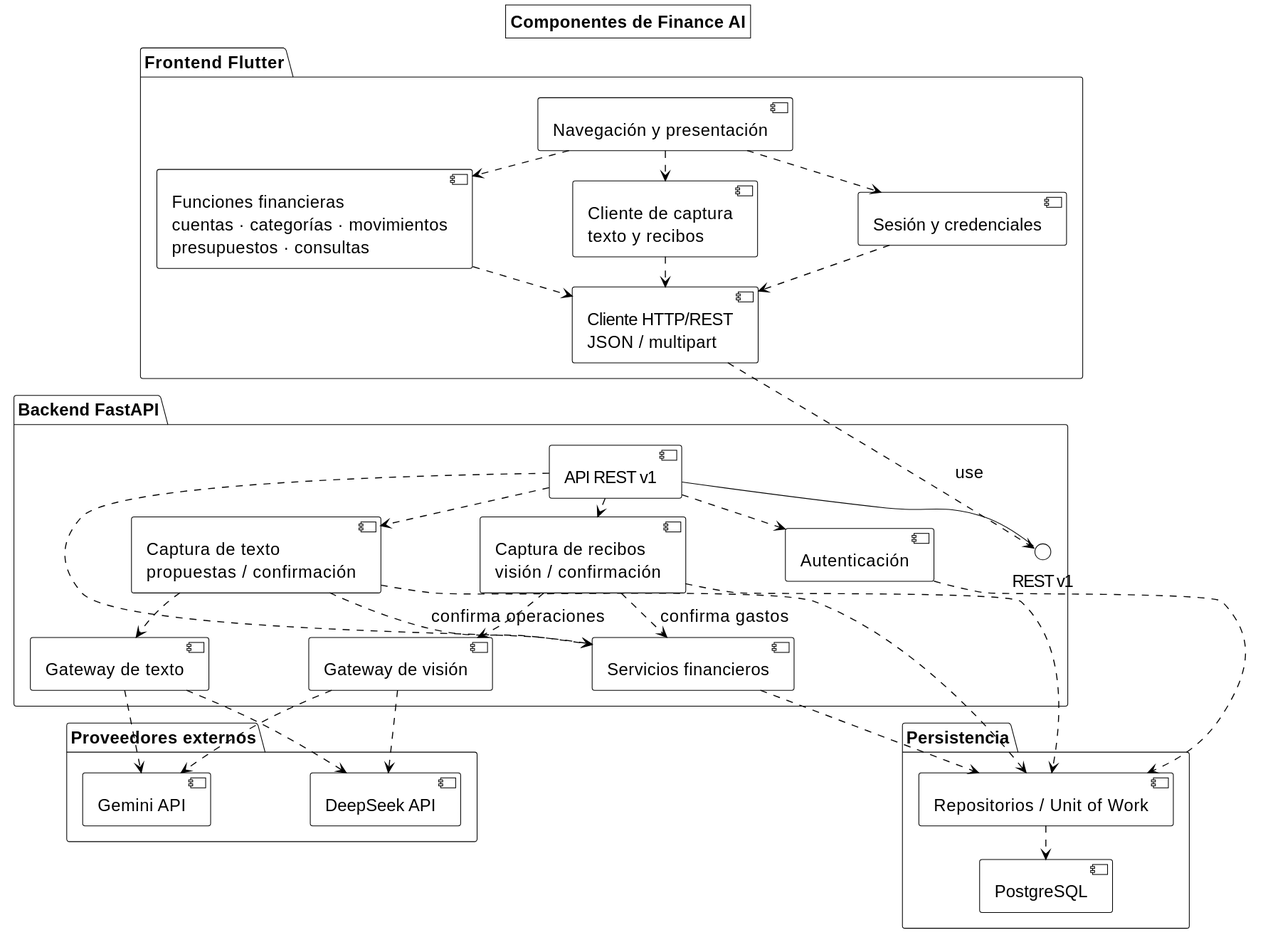
NullCorvus/finance-ai keeps this PlantUML diagram as docs/diagrams/architecture/system-components/uml/architecture-components.svg. Above is the earlier version.
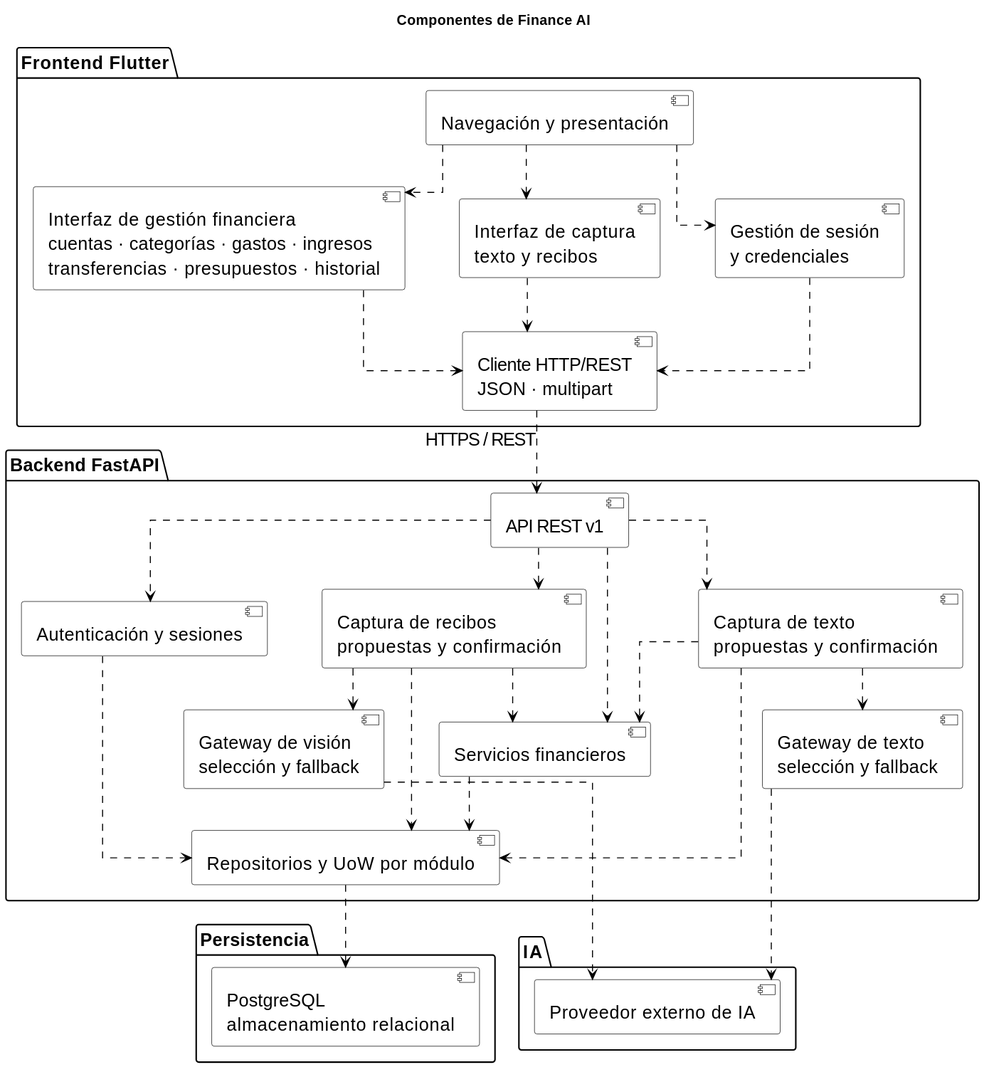
Later version of the same file.

Commit message:
docs(diagrams): publish architecture and receipt sequence

The edit, as a diff of the source:
```diff
@@ -1,82 +1,87 @@
 @startuml
-<style>
-root {
-  FontName Helvetica
-  FontSize 17
-  FontColor #000000
-  BackGroundColor #FFFFFF
-  LineColor #000000
-  LineThickness 0.75
-  Shadowing 0
-}
-componentDiagram {
-  component { BackGroundColor #FFFFFF; LineColor #000000; FontColor #000000 }
-  package { BackGroundColor #FFFFFF; LineColor #000000; FontColor #000000 }
-  arrow { LineColor #000000; LineThickness 0.75 }
-}
-</style>
 skinparam componentStyle uml2
+skinparam componentBackgroundColor White
+skinparam componentBorderColor Black
+skinparam componentFontColor Black
+skinparam packageBackgroundColor White
+skinparam packageBorderColor Black
+skinparam packageFontColor Black
+skinparam defaultFontName Helvetica
+skinparam defaultFontSize 18
+skinparam ArrowColor Black
+skinparam componentBackgroundColor White
+skinparam componentBorderColor Black
+skinparam componentFontColor Black
+skinparam packageBackgroundColor White
+skinparam packageBorderColor Black
+skinparam packageFontColor Black
+skinparam backgroundColor White
 skinparam monochrome true
 skinparam shadowing false
+skinparam linetype ortho
+skinparam nodesep 55
+skinparam ranksep 42
+
 title Componentes de Finance AI
 top to bottom direction
-skinparam nodesep 100
-skinparam ranksep 18
 
 package "Frontend Flutter" {
   component "Navegación y presentación" as Navigation
-  component "Funciones financieras\ncuentas · categorías · movimientos\npresupuestos · consultas" as FinanceUI
-  component "Cliente de captura\ntexto y recibos" as CaptureUI
-  component "Sesión y credenciales" as ClientSession
-  component "Cliente HTTP/REST\nJSON / multipart" as RestClient
+  component "Interfaz de gestión financiera\ncuentas · categorías · gastos · ingresos\ntransferencias · presupuestos · historial" as FinanceUI
+  component "Interfaz de captura\ntexto y recibos" as CaptureUI
+  component "Gestión de sesión\ny credenciales" as ClientSession
+  component "Cliente HTTP/REST\nJSON · multipart" as RestClient
 }
 
 package "Backend FastAPI" {
   component "API REST v1" as BackendAPI
-  interface "REST v1" as FinanceAPI
-  component "Autenticación" as Auth
+  component "Autenticación y sesiones" as Auth
   component "Servicios financieros" as FinancialServices
-  component "Captura de texto\npropuestas / confirmación" as TextCapture
-  component "Captura de recibos\nvisión / confirmación" as ReceiptCapture
-  component "Gateway de texto" as TextGateway
-  component "Gateway de visión" as VisionGateway
+  component "Captura de texto\npropuestas y confirmación" as TextCapture
+  component "Captura de recibos\npropuestas y confirmación" as ReceiptCapture
+  component "Gateway de texto\nselección y fallback" as TextGateway
+  component "Gateway de visión\nselección y fallback" as VisionGateway
+  component "Repositorios y UoW por módulo" as Repositories
 }
 
 package "Persistencia" {
-  component "Repositorios / Unit of Work" as Repositories
-  component "PostgreSQL" as PostgreSQL
+  component "PostgreSQL\nalmacenamiento relacional" as PostgreSQL
 }
 
-package "Proveedores externos" {
-  component "Gemini API" as Gemini
-  component "DeepSeek API" as DeepSeek
+package "IA" {
+  component "Proveedor externo de IA" as AIProvider
+
 }
 
-Navigation ..> ClientSession
 Navigation ..> FinanceUI
 Navigation ..> CaptureUI
+Navigation ..> ClientSession
 FinanceUI ..> RestClient
 CaptureUI ..> RestClient
 ClientSession ..> RestClient
-RestClient ..> FinanceAPI : «use»
-BackendAPI -- FinanceAPI
+RestClient ..> BackendAPI : HTTPS / REST
 BackendAPI ..> Auth
 BackendAPI ..> FinancialServices
 BackendAPI ..> TextCapture
 BackendAPI ..> ReceiptCapture
 Auth ..> Repositories
+Auth -[hidden]right-> TextCapture
+TextCapture -[hidden]right-> ReceiptCapture
 FinancialServices ..> Repositories
 TextCapture ..> Repositories
 ReceiptCapture ..> Repositories
-TextCapture ..> FinancialServices : confirma operaciones
-ReceiptCapture ..> FinancialServices : confirma gastos
+TextCapture ..> FinancialServices
+ReceiptCapture ..> FinancialServices
 TextCapture ..> TextGateway
 ReceiptCapture ..> VisionGateway
-TextGateway ..> Gemini
-TextGateway ..> DeepSeek
-VisionGateway ..> Gemini
-VisionGateway ..> DeepSeek
+TextGateway ..> AIProvider
+VisionGateway ..> AIProvider
 Repositories ..> PostgreSQL
 
+Navigation -[hidden]down-> CaptureUI
+FinanceUI -[hidden]right-> CaptureUI
+CaptureUI -[hidden]right-> ClientSession
+CaptureUI -[hidden]down-> RestClient
 RestClient -[hidden]down-> BackendAPI
+PostgreSQL -[hidden]right-> AIProvider
 @enduml
```
